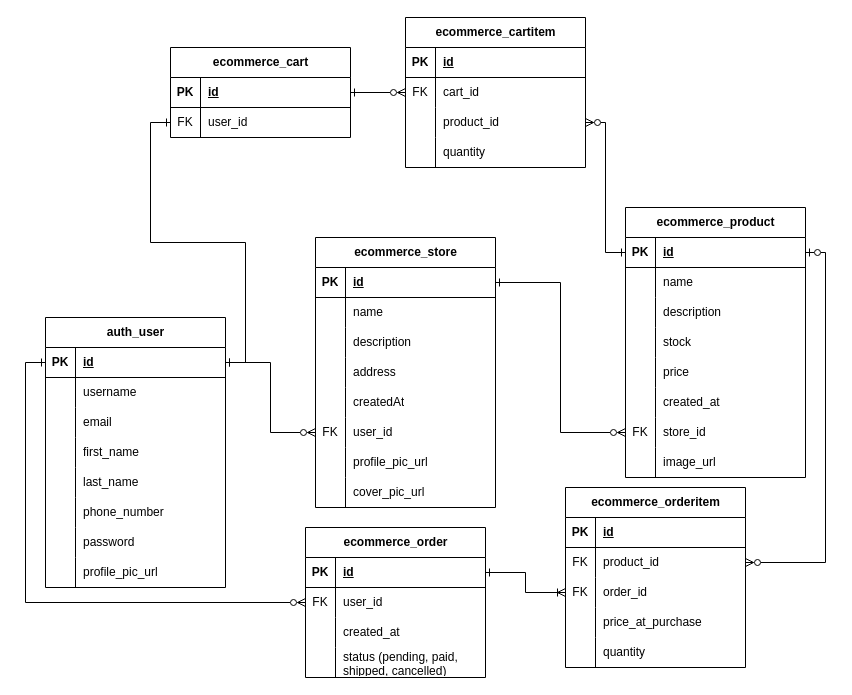
The draw.io diagram page "All" (1 of 3) of E-Commerce API ERD.drawio in RHILIUS/drawio, before the edit. Source tidied: cells renumbered, new cells numbered last; positions are measured from the earlier drawing's top-left corner, leaving out a move shared by most shapes. Both pictures are drawn from the tidied source at 100%, with x=0, y=0 at pixel (45, 17).
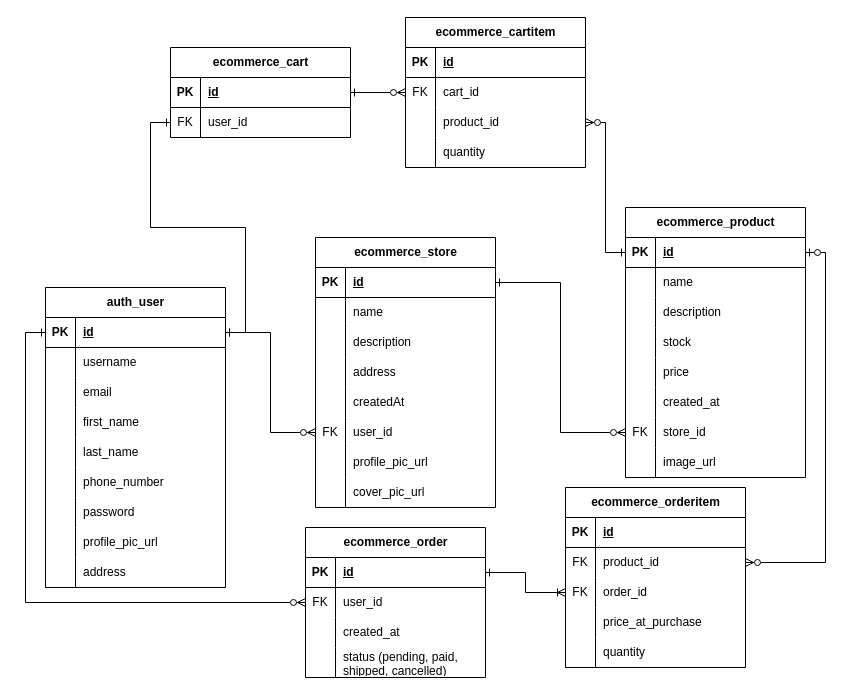
The same diagram, later.

Commit message (it also covers changes not shown here):
feat: add address field to auth_user

What changed in the source:
```diff
@@
     <mxCell id="34" value="auth_user" style="shape=table;startSize=30;childLayout=tableLayout;rowLines=0;fontStyle=1;align=center;html=1;" parent="1" vertex="1">
-      <mxGeometry y="300" width="180" height="270" as="geometry" />
+      <mxGeometry y="270" width="180" height="300" as="geometry" />
     </mxCell>
@@
+    <mxCell id="134" style="shape=tableRow;horizontal=0;startSize=0;swimlaneHead=0;swimlaneBody=0;fillColor=none;top=0;left=0;right=0;bottom=0;" parent="34" vertex="1">
+      <mxGeometry y="270" width="180" height="30" as="geometry" />
+    </mxCell>
+    <mxCell id="135" style="shape=partialRectangle;fillColor=none;top=0;left=0;bottom=0;right=0;overflow=hidden;whiteSpace=wrap;html=1;" parent="134" vertex="1">
+      <mxGeometry width="30" height="30" as="geometry" />
+    </mxCell>
+    <mxCell id="136" value="address" style="shape=partialRectangle;fillColor=none;top=0;left=0;bottom=0;right=0;align=left;spacingLeft=6;overflow=hidden;whiteSpace=wrap;html=1;" parent="134" vertex="1">
+      <mxGeometry x="30" width="150" height="30" as="geometry" />
+    </mxCell>
```
